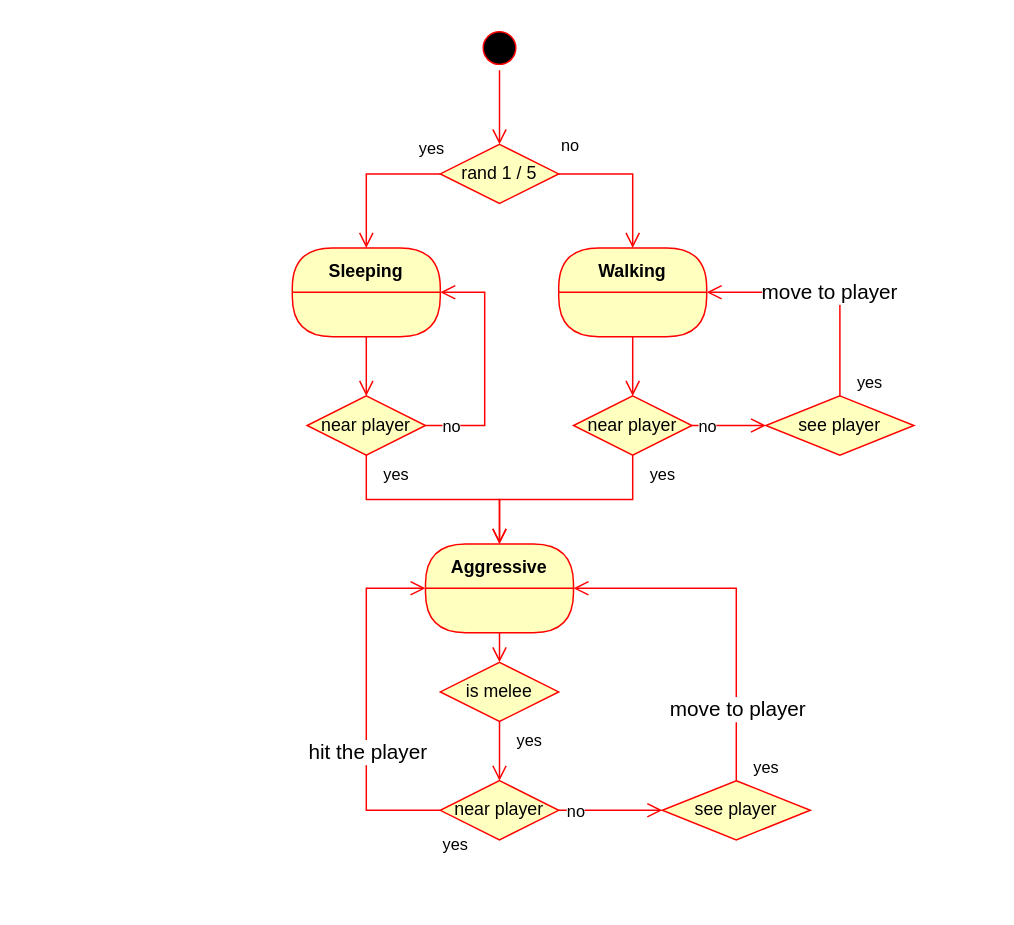
This is page "AI" (7 of 7) of docs/schemas.drawio from vladimir-popov/forgotten_catacombs, a draw.io file, before an edit. Source tidied: cells renumbered, new cells numbered last; positions are measured from the earlier drawing's top-left corner, leaving out a move shared by most shapes. Both pictures are drawn from the tidied source at 148%, with x=0, y=0 at pixel (292, 25).
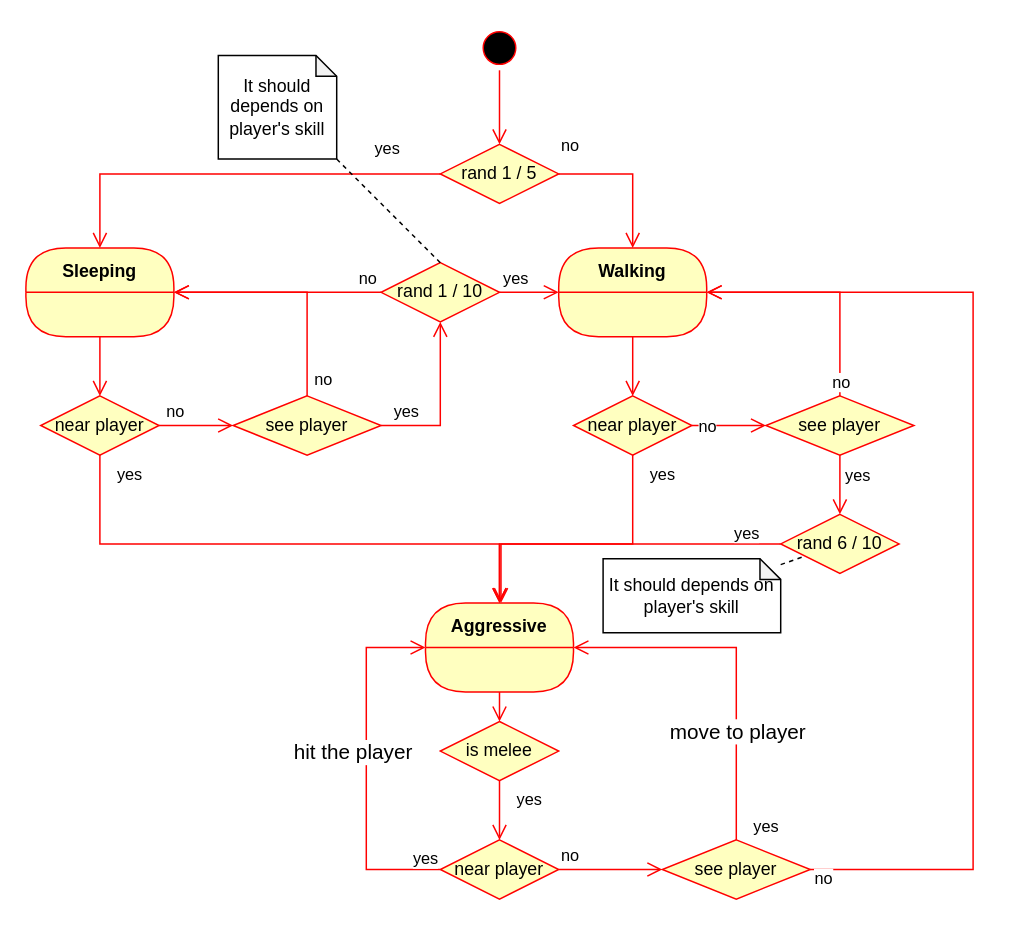
Above is the later version.

The change refers to these unchanged cells:
```xml
<mxCell id="10" value="Walking" style="swimlane;fontStyle=1;align=center;verticalAlign=middle;horizontal=1;startSize=30;fontColor=#000000;rounded=1;arcSize=30;strokeColor=#ff0000;fillColor=#ffffc0;swimlaneFillColor=#ffffc0;" parent="1" vertex="1">
  <mxGeometry x="180" y="150" width="100" height="60" as="geometry" />
</mxCell>
<mxCell id="16" value="near player" style="rhombus;whiteSpace=wrap;html=1;fontColor=#000000;fillColor=#ffffc0;strokeColor=#ff0000;" parent="1" vertex="1">
  <mxGeometry x="190" y="250" width="80" height="40" as="geometry" />
</mxCell>
<mxCell id="19" value="see player" style="rhombus;whiteSpace=wrap;html=1;fontColor=#000000;fillColor=#ffffc0;strokeColor=#ff0000;" parent="1" vertex="1">
  <mxGeometry x="320" y="250" width="100" height="40" as="geometry" />
</mxCell>
```

Change to the diagram source:
```diff
@@
     <mxCell id="2" value="Sleeping" style="swimlane;fontStyle=1;align=center;verticalAlign=middle;horizontal=1;startSize=30;fontColor=#000000;rounded=1;arcSize=30;strokeColor=#ff0000;fillColor=#ffffc0;swimlaneFillColor=#ffffc0;" parent="1" vertex="1">
-      <mxGeometry y="150" width="100" height="60" as="geometry" />
+      <mxGeometry x="-180" y="150" width="100" height="60" as="geometry" />
     </mxCell>
@@
     <mxCell id="11" value="near player" style="rhombus;whiteSpace=wrap;html=1;fontColor=#000000;fillColor=#ffffc0;strokeColor=#ff0000;" parent="1" vertex="1">
-      <mxGeometry x="10" y="250" width="80" height="40" as="geometry" />
+      <mxGeometry x="-170" y="250" width="80" height="40" as="geometry" />
     </mxCell>
-    <mxCell id="12" value="no" style="edgeStyle=orthogonalEdgeStyle;html=1;align=left;verticalAlign=bottom;endArrow=open;endSize=8;strokeColor=#ff0000;rounded=0;entryX=1;entryY=0.5;entryDx=0;entryDy=0;exitX=1;exitY=0.5;exitDx=0;exitDy=0;" parent="1" edge="1" source="11" target="2">
-      <mxGeometry x="-0.88" y="-10" relative="1" as="geometry">
+    <mxCell id="12" value="yes" style="edgeStyle=orthogonalEdgeStyle;html=1;align=left;verticalAlign=bottom;endArrow=open;endSize=8;strokeColor=#ff0000;rounded=0;entryX=0.5;entryY=1;entryDx=0;entryDy=0;" parent="1" edge="1" source="51" target="41">
+      <mxGeometry x="-0.88" relative="1" as="geometry">
         <Array as="points">
-          <mxPoint x="130" y="270" />
-          <mxPoint x="130" y="180" />
+          <mxPoint x="100" y="270" />
         </Array>
       </mxGeometry>
     </mxCell>
     <mxCell id="13" value="yes" style="edgeStyle=orthogonalEdgeStyle;html=1;align=left;verticalAlign=top;endArrow=open;endSize=8;strokeColor=#ff0000;rounded=0;entryX=0.5;entryY=0;entryDx=0;entryDy=0;" parent="1" edge="1" source="11" target="15">
       <mxGeometry x="-1" y="10" relative="1" as="geometry">
         <Array as="points">
-          <mxPoint x="50" y="320" />
-          <mxPoint x="140" y="320" />
+          <mxPoint x="-130" y="350" />
+          <mxPoint x="140" y="350" />
         </Array>
       </mxGeometry>
     </mxCell>
@@
     <mxCell id="15" value="Aggressive" style="swimlane;fontStyle=1;align=center;verticalAlign=middle;horizontal=1;startSize=30;fontColor=#000000;rounded=1;arcSize=30;strokeColor=#ff0000;fillColor=#ffffc0;swimlaneFillColor=#ffffc0;" parent="1" vertex="1">
-      <mxGeometry x="90" y="350" width="100" height="60" as="geometry" />
+      <mxGeometry x="90" y="390" width="100" height="60" as="geometry" />
     </mxCell>
@@
     <mxCell id="17" value="yes" style="edgeStyle=orthogonalEdgeStyle;html=1;align=left;verticalAlign=top;endArrow=open;endSize=8;strokeColor=#ff0000;rounded=0;entryX=0.5;entryY=0;entryDx=0;entryDy=0;exitX=0.5;exitY=1;exitDx=0;exitDy=0;" parent="1" edge="1" source="16" target="15">
-      <mxGeometry x="-1" y="10" relative="1" as="geometry" />
+      <mxGeometry x="-1" y="10" relative="1" as="geometry">
+        <Array as="points">
+          <mxPoint x="230" y="350" />
+          <mxPoint x="140" y="350" />
+        </Array>
+      </mxGeometry>
     </mxCell>
@@
+    <mxCell id="31" style="edgeStyle=orthogonalEdgeStyle;rounded=0;jettySize=auto;html=1;exitX=0.5;exitY=1;exitDx=0;exitDy=0;entryX=0.5;entryY=0;entryDx=0;entryDy=0;strokeColor=#ff0000;align=left;verticalAlign=top;fontFamily=Helvetica;fontSize=11;fontColor=default;labelBackgroundColor=default;endArrow=open;endSize=8;" parent="1" edge="1" source="19" target="44">
+      <mxGeometry relative="1" as="geometry" />
+    </mxCell>
+    <mxCell id="32" value="yes" style="edgeLabel;html=1;align=center;verticalAlign=middle;" parent="31" vertex="1">
+      <mxGeometry x="-0.8" y="-1" relative="1" as="geometry">
+        <mxPoint x="12" y="9" as="offset" />
+      </mxGeometry>
+    </mxCell>
+    <mxCell id="33" style="edgeStyle=orthogonalEdgeStyle;rounded=0;jettySize=auto;html=1;exitX=0.5;exitY=0;exitDx=0;exitDy=0;entryX=1;entryY=0.5;entryDx=0;entryDy=0;strokeColor=#ff0000;align=left;verticalAlign=top;fontFamily=Helvetica;fontSize=11;fontColor=default;labelBackgroundColor=default;endArrow=open;endSize=8;" parent="1" edge="1" source="19" target="10">
+      <mxGeometry relative="1" as="geometry" />
+    </mxCell>
+    <mxCell id="34" value="no" style="edgeLabel;html=1;align=center;verticalAlign=middle;" parent="33" vertex="1">
+      <mxGeometry x="-0.74" y="-1" relative="1" as="geometry">
+        <mxPoint x="-1" y="11" as="offset" />
+      </mxGeometry>
+    </mxCell>
@@
-    <mxCell id="20" value="yes" style="edgeStyle=orthogonalEdgeStyle;html=1;align=left;verticalAlign=top;endArrow=open;endSize=8;strokeColor=#ff0000;rounded=0;exitX=0.5;exitY=0;exitDx=0;exitDy=0;entryX=1;entryY=0.5;entryDx=0;entryDy=0;" parent="1" edge="1" source="19" target="10">
-      <mxGeometry x="-0.73" y="-10" relative="1" as="geometry" />
+    <mxCell id="20" value="yes" style="edgeStyle=orthogonalEdgeStyle;html=1;align=left;verticalAlign=top;endArrow=open;endSize=8;strokeColor=#ff0000;rounded=0;exitX=0;exitY=0.5;exitDx=0;exitDy=0;" parent="1" edge="1" source="44" target="15">
+      <mxGeometry x="-0.71" y="-20" relative="1" as="geometry">
+        <Array as="points">
+          <mxPoint x="330" y="350" />
+          <mxPoint x="141" y="350" />
+        </Array>
+      </mxGeometry>
     </mxCell>
-    <mxCell id="21" value="move to player" style="edgeLabel;html=1;align=center;verticalAlign=middle;fontSize=14;" parent="20" vertex="1">
-      <mxGeometry x="-0.03" y="-1" relative="1" as="geometry" />
-    </mxCell>
     <mxCell id="22" value="is melee" style="rhombus;whiteSpace=wrap;html=1;fontColor=#000000;fillColor=#ffffc0;strokeColor=#ff0000;" parent="1" vertex="1">
-      <mxGeometry x="100" y="430" width="80" height="40" as="geometry" />
+      <mxGeometry x="100" y="470" width="80" height="40" as="geometry" />
     </mxCell>
     <mxCell id="23" value="near player" style="rhombus;whiteSpace=wrap;html=1;fontColor=#000000;fillColor=#ffffc0;strokeColor=#ff0000;" parent="1" vertex="1">
-      <mxGeometry x="100" y="510" width="80" height="40" as="geometry" />
+      <mxGeometry x="100" y="550" width="80" height="40" as="geometry" />
     </mxCell>
     <mxCell id="24" value="yes" style="edgeStyle=orthogonalEdgeStyle;html=1;align=left;verticalAlign=top;endArrow=open;endSize=8;strokeColor=#ff0000;rounded=0;entryX=0.5;entryY=0;entryDx=0;entryDy=0;exitX=0.5;exitY=1;exitDx=0;exitDy=0;" parent="1" edge="1" source="22" target="23">
       <mxGeometry x="-1" y="10" relative="1" as="geometry">
         <Array as="points">
-          <mxPoint x="140" y="480" />
-          <mxPoint x="140" y="480" />
+          <mxPoint x="140" y="520" />
+          <mxPoint x="140" y="520" />
         </Array>
       </mxGeometry>
     </mxCell>
     <mxCell id="25" value="yes" style="edgeStyle=orthogonalEdgeStyle;html=1;align=left;verticalAlign=top;endArrow=open;endSize=8;strokeColor=#ff0000;rounded=0;entryX=0;entryY=0.5;entryDx=0;entryDy=0;" parent="1" edge="1" target="15">
-      <mxGeometry x="-1" y="10" relative="1" as="geometry">
-        <mxPoint x="100" y="530" as="sourcePoint" />
+      <mxGeometry x="-0.83" y="-20" relative="1" as="geometry">
+        <mxPoint x="100" y="570" as="sourcePoint" />
         <Array as="points">
-          <mxPoint x="50" y="530" />
-          <mxPoint x="50" y="380" />
+          <mxPoint x="50" y="570" />
+          <mxPoint x="50" y="420" />
         </Array>
       </mxGeometry>
     </mxCell>
     <mxCell id="26" value="hit the player" style="edgeLabel;html=1;align=center;verticalAlign=middle;fontSize=14;" parent="25" vertex="1">
       <mxGeometry x="0.06" y="1" relative="1" as="geometry">
-        <mxPoint x="1" y="37" as="offset" />
+        <mxPoint x="-9" y="-3" as="offset" />
       </mxGeometry>
     </mxCell>
     <mxCell id="27" value="yes" style="edgeStyle=orthogonalEdgeStyle;html=1;align=left;verticalAlign=bottom;endArrow=open;endSize=8;strokeColor=#ff0000;rounded=0;entryX=1;entryY=0.5;entryDx=0;entryDy=0;exitX=0.5;exitY=0;exitDx=0;exitDy=0;" parent="1" edge="1" source="29" target="15">
       <mxGeometry x="-1" y="-10" relative="1" as="geometry">
         <Array as="points">
-          <mxPoint x="300" y="380" />
+          <mxPoint x="300" y="420" />
         </Array>
       </mxGeometry>
     </mxCell>
     <mxCell id="28" value="move to player" style="edgeLabel;html=1;align=center;verticalAlign=middle;fontSize=14;" parent="27" vertex="1">
       <mxGeometry x="0.07" y="1" relative="1" as="geometry">
-        <mxPoint x="1" y="79" as="offset" />
+        <mxPoint x="1" y="54" as="offset" />
       </mxGeometry>
     </mxCell>
+    <mxCell id="35" style="edgeStyle=orthogonalEdgeStyle;rounded=0;jettySize=auto;html=1;exitX=1;exitY=0.5;exitDx=0;exitDy=0;entryX=1;entryY=0.5;entryDx=0;entryDy=0;strokeColor=#ff0000;align=left;verticalAlign=bottom;fontFamily=Helvetica;fontSize=11;fontColor=default;labelBackgroundColor=default;endArrow=open;endSize=8;" parent="1" edge="1" source="29" target="10">
+      <mxGeometry relative="1" as="geometry">
+        <Array as="points">
+          <mxPoint x="460" y="570" />
+          <mxPoint x="460" y="180" />
+        </Array>
+      </mxGeometry>
+    </mxCell>
+    <mxCell id="36" value="no" style="edgeLabel;html=1;align=center;verticalAlign=middle;" parent="35" vertex="1">
+      <mxGeometry x="-0.97" y="2" relative="1" as="geometry">
+        <mxPoint x="-2" y="7" as="offset" />
+      </mxGeometry>
+    </mxCell>
     <mxCell id="29" value="see player" style="rhombus;whiteSpace=wrap;html=1;fontColor=#000000;fillColor=#ffffc0;strokeColor=#ff0000;" parent="1" vertex="1">
-      <mxGeometry x="250" y="510" width="100" height="40" as="geometry" />
+      <mxGeometry x="250" y="550" width="100" height="40" as="geometry" />
     </mxCell>
     <mxCell id="30" value="no" style="edgeStyle=orthogonalEdgeStyle;html=1;align=left;verticalAlign=bottom;endArrow=open;endSize=8;strokeColor=#ff0000;rounded=0;exitX=1;exitY=0.5;exitDx=0;exitDy=0;entryX=0;entryY=0.5;entryDx=0;entryDy=0;" parent="1" edge="1" source="23" target="29">
-      <mxGeometry x="-0.88" y="-10" relative="1" as="geometry" />
+      <mxGeometry x="-1" relative="1" as="geometry" />
     </mxCell>
+    <mxCell id="37" style="edgeStyle=orthogonalEdgeStyle;rounded=0;jettySize=auto;html=1;exitX=0;exitY=0.5;exitDx=0;exitDy=0;entryX=1;entryY=0.5;entryDx=0;entryDy=0;strokeColor=#ff0000;align=left;verticalAlign=bottom;fontFamily=Helvetica;fontSize=11;fontColor=default;labelBackgroundColor=default;endArrow=open;endSize=8;" parent="1" edge="1" source="41" target="2">
+      <mxGeometry relative="1" as="geometry" />
+    </mxCell>
+    <mxCell id="38" value="no" style="edgeLabel;html=1;align=center;verticalAlign=middle;" parent="37" vertex="1">
+      <mxGeometry x="-0.4" relative="1" as="geometry">
+        <mxPoint x="32" y="-10" as="offset" />
+      </mxGeometry>
+    </mxCell>
+    <mxCell id="39" style="edgeStyle=orthogonalEdgeStyle;rounded=0;jettySize=auto;html=1;exitX=1;exitY=0.5;exitDx=0;exitDy=0;entryX=0;entryY=0.5;entryDx=0;entryDy=0;strokeColor=#ff0000;align=left;verticalAlign=bottom;fontFamily=Helvetica;fontSize=11;fontColor=default;labelBackgroundColor=default;endArrow=open;endSize=8;" parent="1" edge="1" source="41" target="10">
+      <mxGeometry relative="1" as="geometry" />
+    </mxCell>
+    <mxCell id="40" value="yes" style="edgeLabel;html=1;align=center;verticalAlign=middle;" parent="39" vertex="1">
+      <mxGeometry x="-0.05" y="3" relative="1" as="geometry">
+        <mxPoint x="-9" y="-7" as="offset" />
+      </mxGeometry>
+    </mxCell>
+    <mxCell id="41" value="rand 1 / 10" style="rhombus;whiteSpace=wrap;html=1;fontColor=#000000;fillColor=#ffffc0;strokeColor=#ff0000;" parent="1" vertex="1">
+      <mxGeometry x="60" y="160" width="80" height="40" as="geometry" />
+    </mxCell>
+    <mxCell id="42" style="rounded=0;jettySize=auto;html=1;exitX=1;exitY=1;exitDx=0;exitDy=0;exitPerimeter=0;entryX=0.5;entryY=0;entryDx=0;entryDy=0;dashed=1;endArrow=none;endFill=0;" parent="1" edge="1" source="43" target="41">
+      <mxGeometry relative="1" as="geometry" />
+    </mxCell>
+    <mxCell id="43" value="It should depends on player's skill" style="shape=note;whiteSpace=wrap;html=1;backgroundOutline=1;darkOpacity=0.05;size=14;" parent="1" vertex="1">
+      <mxGeometry x="-50" y="20" width="80" height="70" as="geometry" />
+    </mxCell>
+    <mxCell id="44" value="rand 6 / 10" style="rhombus;whiteSpace=wrap;html=1;fontColor=#000000;fillColor=#ffffc0;strokeColor=#ff0000;" parent="1" vertex="1">
+      <mxGeometry x="330" y="330" width="80" height="40" as="geometry" />
+    </mxCell>
+    <mxCell id="45" style="rounded=0;jettySize=auto;html=1;dashed=1;strokeColor=default;align=center;verticalAlign=middle;fontFamily=Helvetica;fontSize=11;fontColor=default;labelBackgroundColor=default;endArrow=none;endFill=0;" parent="1" edge="1" source="46" target="44">
+      <mxGeometry relative="1" as="geometry" />
+    </mxCell>
+    <mxCell id="46" value="It should depends on player's skill" style="shape=note;whiteSpace=wrap;html=1;backgroundOutline=1;darkOpacity=0.05;size=14;" parent="1" vertex="1">
+      <mxGeometry x="210" y="360" width="120" height="50" as="geometry" />
+    </mxCell>
+    <mxCell id="47" style="edgeStyle=orthogonalEdgeStyle;html=1;align=left;verticalAlign=bottom;endArrow=open;endSize=8;strokeColor=#ff0000;rounded=0;entryX=0;entryY=0.5;entryDx=0;entryDy=0;exitX=1;exitY=0.5;exitDx=0;exitDy=0;" parent="1" edge="1" source="11" target="51">
+      <mxGeometry x="-0.88" relative="1" as="geometry" />
+    </mxCell>
+    <mxCell id="48" value="no" style="edgeLabel;html=1;align=center;verticalAlign=middle;" parent="47" vertex="1">
+      <mxGeometry x="-0.4" y="-2" relative="1" as="geometry">
+        <mxPoint x="-5" y="-12" as="offset" />
+      </mxGeometry>
+    </mxCell>
+    <mxCell id="49" style="edgeStyle=orthogonalEdgeStyle;rounded=0;jettySize=auto;html=1;exitX=0.5;exitY=0;exitDx=0;exitDy=0;entryX=1;entryY=0.5;entryDx=0;entryDy=0;strokeColor=#ff0000;align=left;verticalAlign=bottom;fontFamily=Helvetica;fontSize=11;fontColor=default;labelBackgroundColor=default;endArrow=open;endSize=8;" parent="1" edge="1" source="51" target="2">
+      <mxGeometry relative="1" as="geometry" />
+    </mxCell>
+    <mxCell id="50" value="no" style="edgeLabel;html=1;align=center;verticalAlign=middle;" parent="49" vertex="1">
+      <mxGeometry x="-0.79" y="3" relative="1" as="geometry">
+        <mxPoint x="13" y="5" as="offset" />
+      </mxGeometry>
+    </mxCell>
+    <mxCell id="51" value="see player" style="rhombus;whiteSpace=wrap;html=1;fontColor=#000000;fillColor=#ffffc0;strokeColor=#ff0000;" parent="1" vertex="1">
+      <mxGeometry x="-40" y="250" width="100" height="40" as="geometry" />
+    </mxCell>
```
